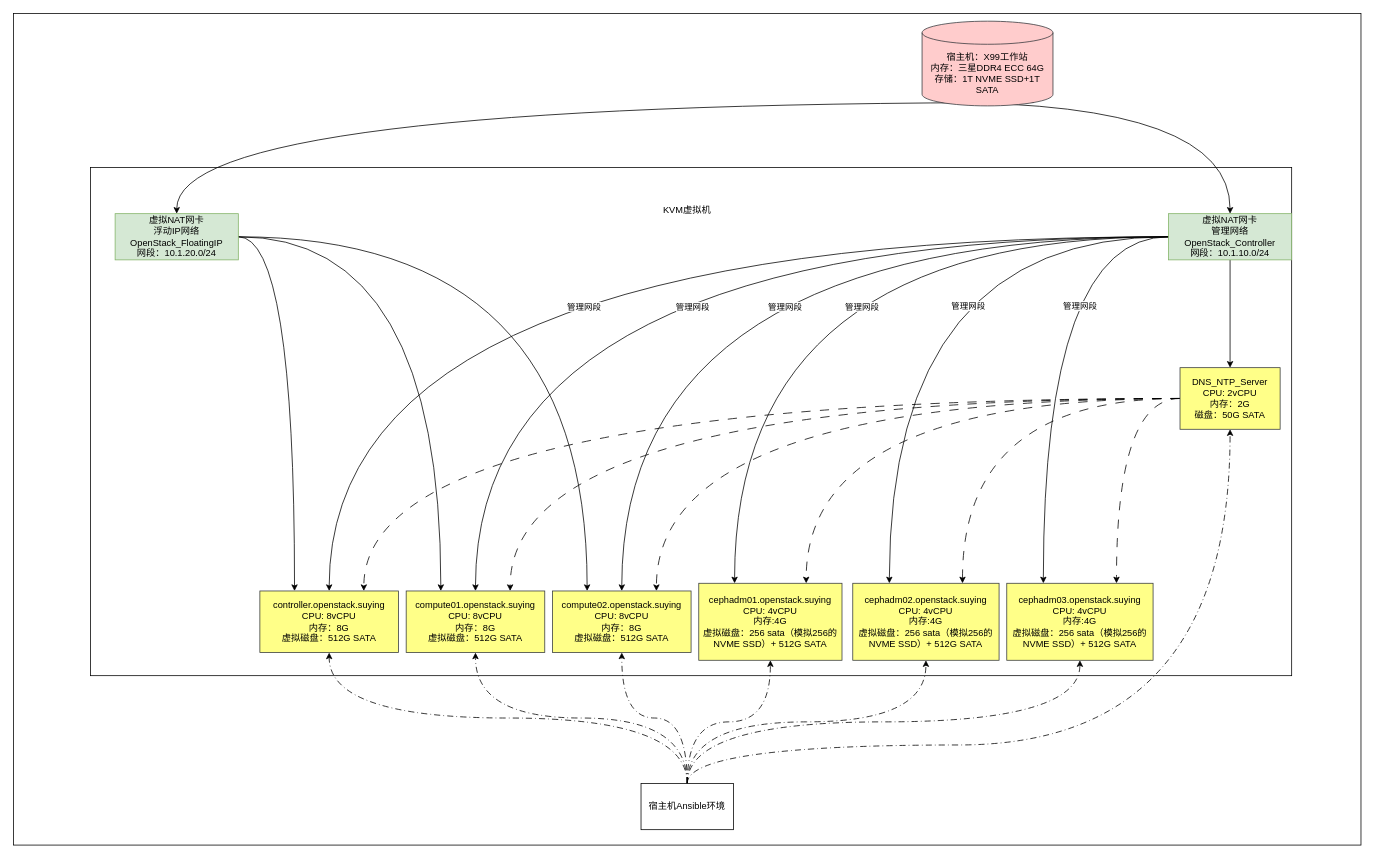
lrAltas/DrwaIO keeps this draw.io diagram as 测试环境部署模型.drawio. Above is the earlier version. Source tidied: cells renumbered, new cells numbered last; positions are measured from the earlier drawing's top-left corner, leaving out a move shared by most shapes. Both pictures are drawn from the tidied source at 77%, with x=0, y=0 at pixel (13, 13).
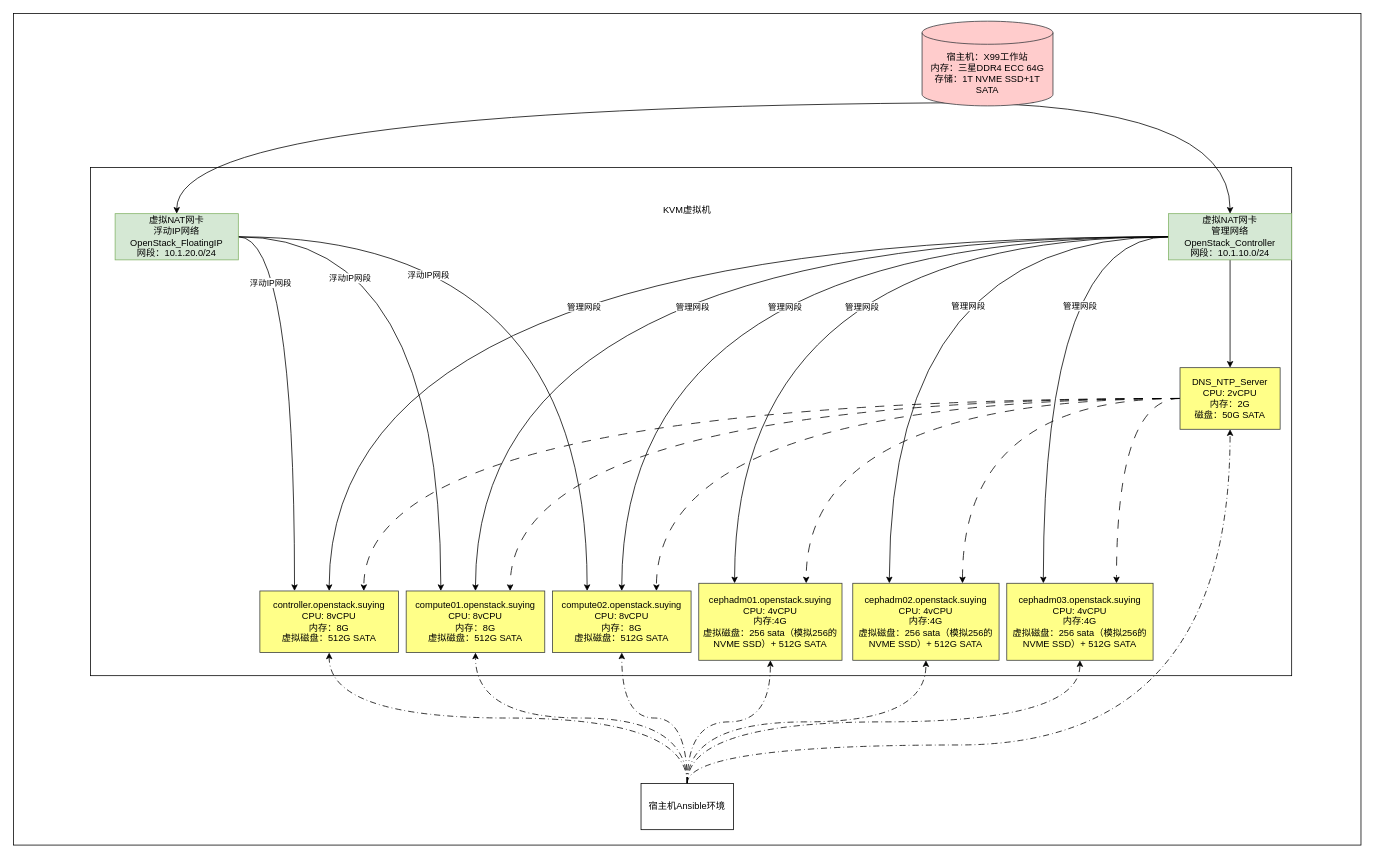
Above is the later version.

Commit message (it also covers changes not shown here):
更新测试环境部署模型.drawio

Unchanged cells that the change refers to:
```xml
<mxCell id="21" style="edgeStyle=orthogonalEdgeStyle;rounded=0;jettySize=auto;html=1;exitX=1;exitY=0.5;exitDx=0;exitDy=0;entryX=0.25;entryY=0;entryDx=0;entryDy=0;curved=1;" parent="1" edge="1" source="24" target="32">
  <mxGeometry relative="1" as="geometry" />
</mxCell>
<mxCell id="22" style="edgeStyle=orthogonalEdgeStyle;rounded=0;jettySize=auto;html=1;exitX=1;exitY=0.5;exitDx=0;exitDy=0;entryX=0.25;entryY=0;entryDx=0;entryDy=0;curved=1;" parent="1" edge="1" source="24" target="33">
  <mxGeometry relative="1" as="geometry" />
</mxCell>
<mxCell id="23" style="edgeStyle=orthogonalEdgeStyle;rounded=0;jettySize=auto;html=1;exitX=1;exitY=0.5;exitDx=0;exitDy=0;entryX=0.25;entryY=0;entryDx=0;entryDy=0;curved=1;" parent="1" edge="1" source="24" target="34">
  <mxGeometry relative="1" as="geometry" />
</mxCell>
```

The edit, as a diff of the source:
```diff
@@
+    <mxCell id="47" value="浮动IP网段" style="edgeLabel;html=1;align=center;verticalAlign=middle;" parent="21" vertex="1">
+      <mxGeometry x="-0.51" y="-32" relative="1" as="geometry">
+        <mxPoint y="1" as="offset" />
+      </mxGeometry>
+    </mxCell>
@@
+    <mxCell id="48" value="浮动IP网段" style="edgeLabel;html=1;align=center;verticalAlign=middle;" parent="22" vertex="1">
+      <mxGeometry x="-0.6" y="-53" relative="1" as="geometry">
+        <mxPoint x="-1" as="offset" />
+      </mxGeometry>
+    </mxCell>
@@
+    <mxCell id="49" value="浮动IP网段" style="edgeLabel;html=1;align=center;verticalAlign=middle;" parent="23" vertex="1">
+      <mxGeometry x="-0.46" y="-49" relative="1" as="geometry">
+        <mxPoint x="-1" as="offset" />
+      </mxGeometry>
+    </mxCell>
```
